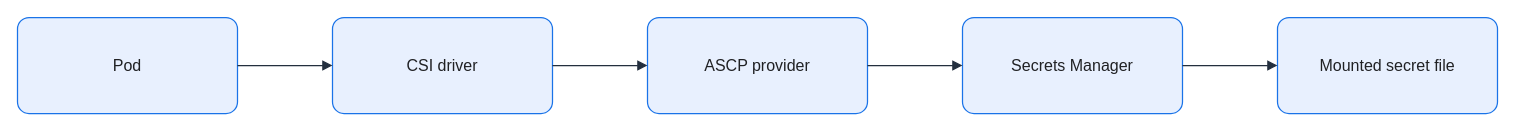
Earlier version of the draw.io diagram assets/img/aws/eks-secrets-manager-csi.drawio (KKamJi98/kkamji98.github.io). Source tidied: cells renumbered, new cells numbered last; positions are measured from the earlier drawing's top-left corner, leaving out a move shared by most shapes. Both pictures are drawn from the tidied source at 100%, with x=0, y=0 at pixel (17, 17).
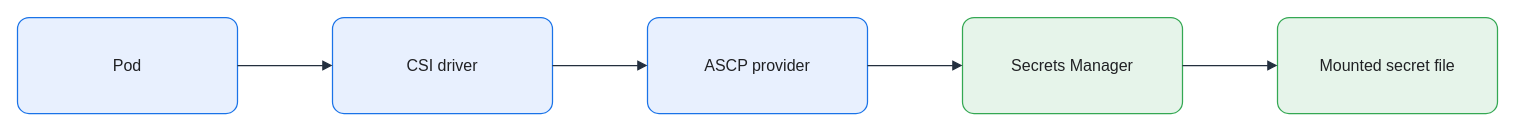
The same page after the edit.

Change to the diagram source:
```diff
@@
 <mxGraphModel background="#FFFFFF">
   <root>
     <mxCell id="0" />
     <mxCell id="1" parent="0" />
     <mxCell id="2" value="Pod" style="rounded=1;arcSize=12;whiteSpace=wrap;html=0;fillColor=#E8F0FE;strokeColor=#1A73E8;strokeWidth=1.25;fontColor=#202124;fontSize=16;align=center;verticalAlign=middle;spacing=8;shadow=0;" parent="1" vertex="1">
       <mxGeometry width="220" height="96" as="geometry" />
     </mxCell>
     <mxCell id="3" value="CSI driver" style="rounded=1;arcSize=12;whiteSpace=wrap;html=0;fillColor=#E8F0FE;strokeColor=#1A73E8;strokeWidth=1.25;fontColor=#202124;fontSize=16;align=center;verticalAlign=middle;spacing=8;shadow=0;" parent="1" vertex="1">
       <mxGeometry x="315" width="220" height="96" as="geometry" />
     </mxCell>
     <mxCell id="4" value="ASCP provider" style="rounded=1;arcSize=12;whiteSpace=wrap;html=0;fillColor=#E8F0FE;strokeColor=#1A73E8;strokeWidth=1.25;fontColor=#202124;fontSize=16;align=center;verticalAlign=middle;spacing=8;shadow=0;" parent="1" vertex="1">
       <mxGeometry x="630" width="220" height="96" as="geometry" />
     </mxCell>
-    <mxCell id="5" value="Secrets Manager" style="rounded=1;arcSize=12;whiteSpace=wrap;html=0;fillColor=#E8F0FE;strokeColor=#1A73E8;strokeWidth=1.25;fontColor=#202124;fontSize=16;align=center;verticalAlign=middle;spacing=8;shadow=0;" parent="1" vertex="1">
+    <mxCell id="5" value="Secrets Manager" style="rounded=1;arcSize=12;whiteSpace=wrap;html=0;fillColor=#E6F4EA;strokeColor=#34A853;strokeWidth=1.25;fontColor=#202124;fontSize=16;align=center;verticalAlign=middle;spacing=8;shadow=0;" parent="1" vertex="1">
       <mxGeometry x="945" width="220" height="96" as="geometry" />
     </mxCell>
-    <mxCell id="6" value="Mounted secret file" style="rounded=1;arcSize=12;whiteSpace=wrap;html=0;fillColor=#E8F0FE;strokeColor=#1A73E8;strokeWidth=1.25;fontColor=#202124;fontSize=16;align=center;verticalAlign=middle;spacing=8;shadow=0;" parent="1" vertex="1">
+    <mxCell id="6" value="Mounted secret file" style="rounded=1;arcSize=12;whiteSpace=wrap;html=0;fillColor=#E6F4EA;strokeColor=#34A853;strokeWidth=1.25;fontColor=#202124;fontSize=16;align=center;verticalAlign=middle;spacing=8;shadow=0;" parent="1" vertex="1">
       <mxGeometry x="1260" width="220" height="96" as="geometry" />
     </mxCell>
     <mxCell id="7" style="edgeStyle=orthogonalEdgeStyle;rounded=0;jettySize=auto;html=0;endArrow=block;endFill=1;strokeColor=#232F3E;strokeWidth=1.25;fontColor=#202124;labelBackgroundColor=none;exitX=1;exitY=0.5;exitDx=0;exitDy=0;entryX=0;entryY=0.5;entryDx=0;entryDy=0;endSize=7;" parent="1" edge="1" source="2" target="3">
       <mxGeometry relative="1" as="geometry" />
     </mxCell>
     <mxCell id="8" style="edgeStyle=orthogonalEdgeStyle;rounded=0;jettySize=auto;html=0;endArrow=block;endFill=1;strokeColor=#232F3E;strokeWidth=1.25;fontColor=#202124;labelBackgroundColor=none;exitX=1;exitY=0.5;exitDx=0;exitDy=0;entryX=0;entryY=0.5;entryDx=0;entryDy=0;endSize=7;" parent="1" edge="1" source="3" target="4">
       <mxGeometry relative="1" as="geometry" />
     </mxCell>
     <mxCell id="9" style="edgeStyle=orthogonalEdgeStyle;rounded=0;jettySize=auto;html=0;endArrow=block;endFill=1;strokeColor=#232F3E;strokeWidth=1.25;fontColor=#202124;labelBackgroundColor=none;exitX=1;exitY=0.5;exitDx=0;exitDy=0;entryX=0;entryY=0.5;entryDx=0;entryDy=0;endSize=7;" parent="1" edge="1" source="4" target="5">
       <mxGeometry relative="1" as="geometry" />
     </mxCell>
     <mxCell id="10" style="edgeStyle=orthogonalEdgeStyle;rounded=0;jettySize=auto;html=0;endArrow=block;endFill=1;strokeColor=#232F3E;strokeWidth=1.25;fontColor=#202124;labelBackgroundColor=none;exitX=1;exitY=0.5;exitDx=0;exitDy=0;entryX=0;entryY=0.5;entryDx=0;entryDy=0;endSize=7;" parent="1" edge="1" source="5" target="6">
       <mxGeometry relative="1" as="geometry" />
     </mxCell>
   </root>
 </mxGraphModel>
```
